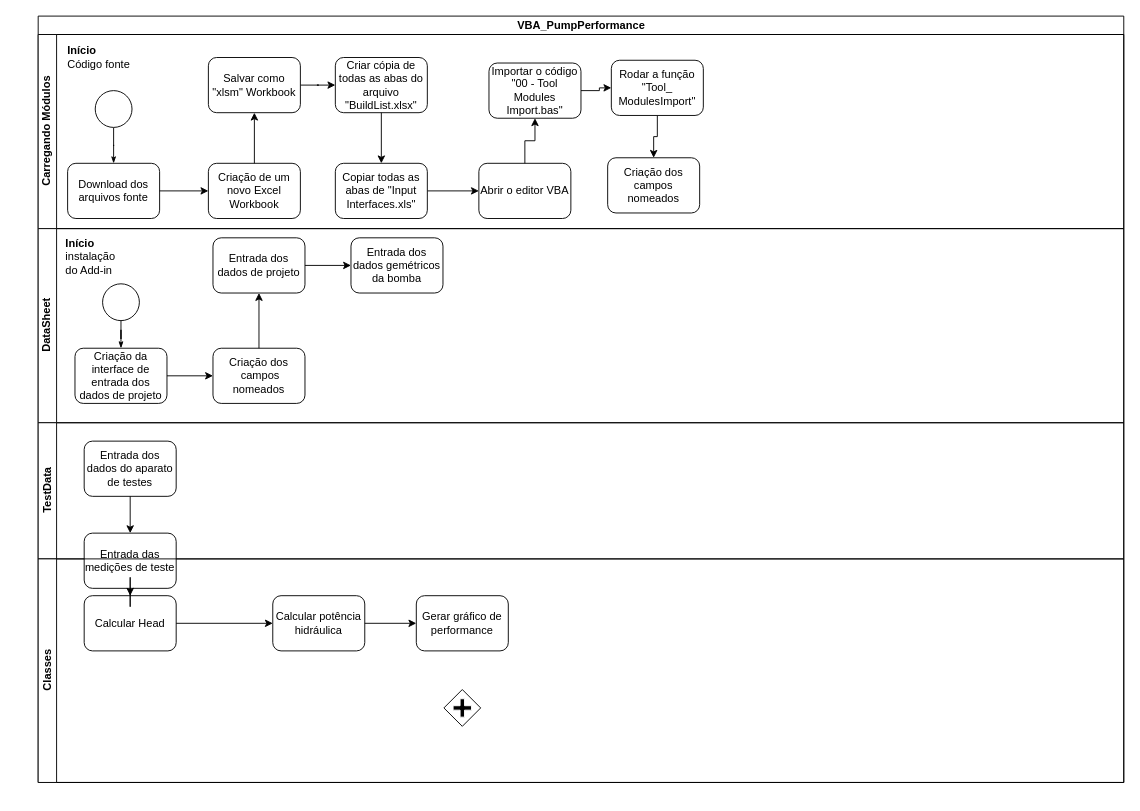
Above: Fluxograma de Processo.drawio in eu-cristofer/VBA_PumpPerformance (draw.io), before the change. Source tidied: cells renumbered, new cells numbered last; positions are measured from the earlier drawing's top-left corner, leaving out a move shared by most shapes. Both pictures are drawn from the tidied source at 92%, with x=0, y=0 at pixel (38, 16).
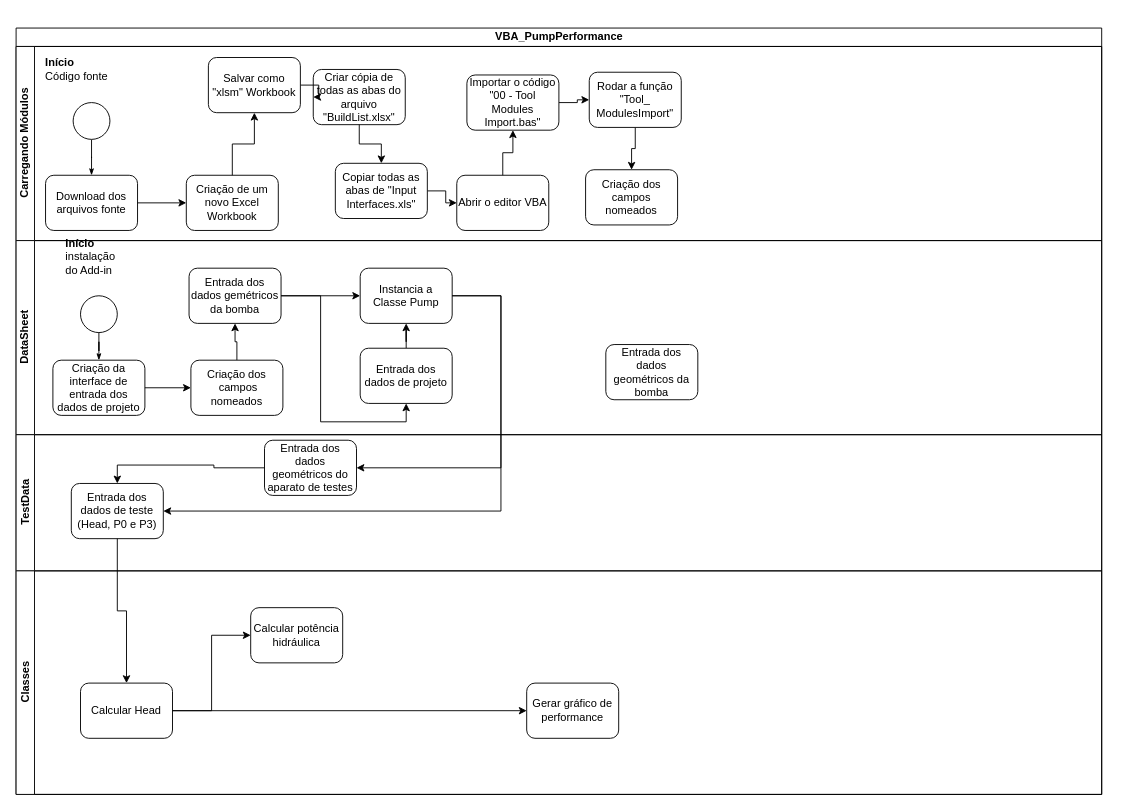
Above is the later version.

Commit message:
Update Fluxograma de Processo

The change refers to these unchanged cells:
```xml
<mxCell id="18" value="DataSheet" style="swimlane;html=1;startSize=20;horizontal=0;fontFamily=Helvetica;" parent="2" vertex="1">
  <mxGeometry y="231" width="1180" height="211" as="geometry" />
</mxCell>
<mxCell id="23" value="Criação dos &amp;nbsp;campos nomeados" style="rounded=1;whiteSpace=wrap;html=1;shadow=0;labelBackgroundColor=none;strokeWidth=1;fontFamily=Helvetica;fontSize=12;align=center;" parent="18" vertex="1">
  <mxGeometry x="190" y="130" width="100" height="60" as="geometry" />
</mxCell>
<mxCell id="28" value="TestData" style="swimlane;html=1;startSize=20;horizontal=0;fontFamily=Helvetica;" parent="2" vertex="1">
  <mxGeometry y="442" width="1180" height="148" as="geometry" />
</mxCell>
<mxCell id="32" value="Classes" style="swimlane;html=1;startSize=20;horizontal=0;fontFamily=Helvetica;" parent="2" vertex="1">
  <mxGeometry y="590" width="1180" height="243" as="geometry" />
</mxCell>
<mxCell id="34" value="Calcular potência hidráulica" style="rounded=1;whiteSpace=wrap;html=1;shadow=0;labelBackgroundColor=none;strokeWidth=1;fontFamily=Helvetica;fontSize=12;align=center;" parent="32" vertex="1">
  <mxGeometry x="255" y="40" width="100" height="60" as="geometry" />
</mxCell>
```

Diff of the diagram source:
```diff
@@
     <mxCell id="2" value="VBA_PumpPerformance" style="swimlane;html=1;horizontal=1;startSize=20;rounded=0;shadow=0;labelBackgroundColor=none;strokeWidth=1;fontFamily=Helvetica;fontSize=12;align=center;" parent="1" vertex="1">
-      <mxGeometry width="1180" height="833" as="geometry" />
+      <mxGeometry x="-24" y="13" width="1180" height="833" as="geometry" />
     </mxCell>
@@
+    <mxCell id="47" style="edgeStyle=orthogonalEdgeStyle;rounded=0;jettySize=auto;html=1;" parent="18" edge="1" source="22" target="50">
+      <mxGeometry relative="1" as="geometry" />
+    </mxCell>
     <mxCell id="22" value="Entrada dos dados gemétricos da bomba" style="rounded=1;whiteSpace=wrap;html=1;shadow=0;labelBackgroundColor=none;strokeWidth=1;fontFamily=Helvetica;fontSize=12;align=center;" parent="18" vertex="1">
-      <mxGeometry x="340" y="10" width="100" height="60" as="geometry" />
+      <mxGeometry x="188" y="30" width="100" height="60" as="geometry" />
     </mxCell>
+    <mxCell id="48" style="edgeStyle=orthogonalEdgeStyle;rounded=0;jettySize=auto;html=1;entryX=0.5;entryY=1;entryDx=0;entryDy=0;" parent="18" edge="1" source="23" target="22">
+      <mxGeometry relative="1" as="geometry" />
+    </mxCell>
@@
+    <mxCell id="49" style="edgeStyle=orthogonalEdgeStyle;rounded=0;jettySize=auto;html=1;entryX=0.5;entryY=1;entryDx=0;entryDy=0;" parent="18" edge="1" source="25" target="50">
+      <mxGeometry relative="1" as="geometry" />
+    </mxCell>
     <mxCell id="25" value="Entrada dos dados de projeto" style="rounded=1;whiteSpace=wrap;html=1;shadow=0;labelBackgroundColor=none;strokeWidth=1;fontFamily=Helvetica;fontSize=12;align=center;" parent="18" vertex="1">
-      <mxGeometry x="190" y="10" width="100" height="60" as="geometry" />
+      <mxGeometry x="374" y="117" width="100" height="60" as="geometry" />
     </mxCell>
-    <mxCell id="26" style="edgeStyle=orthogonalEdgeStyle;rounded=0;jettySize=auto;html=1;entryX=0;entryY=0.5;entryDx=0;entryDy=0;fontFamily=Helvetica;fontSize=12;" parent="18" edge="1" source="25" target="22">
-      <mxGeometry relative="1" as="geometry" />
-    </mxCell>
-    <mxCell id="27" style="edgeStyle=orthogonalEdgeStyle;rounded=0;jettySize=auto;html=1;fontFamily=Helvetica;fontSize=12;entryX=0.5;entryY=1;entryDx=0;entryDy=0;" parent="18" edge="1" source="23" target="25">
+    <mxCell id="27" style="edgeStyle=orthogonalEdgeStyle;rounded=0;jettySize=auto;html=1;fontFamily=Helvetica;fontSize=12;entryX=0.5;entryY=1;entryDx=0;entryDy=0;exitX=1;exitY=0.5;exitDx=0;exitDy=0;" parent="18" edge="1" source="22" target="25">
       <mxGeometry relative="1" as="geometry" />
     </mxCell>
+    <mxCell id="50" value="Instancia a Classe Pump" style="rounded=1;whiteSpace=wrap;html=1;shadow=0;labelBackgroundColor=none;strokeWidth=1;fontFamily=Helvetica;fontSize=12;align=center;" parent="18" vertex="1">
+      <mxGeometry x="374" y="30" width="100" height="60" as="geometry" />
+    </mxCell>
+    <mxCell id="51" value="Entrada dos dados geométricos da bomba" style="rounded=1;whiteSpace=wrap;html=1;shadow=0;labelBackgroundColor=none;strokeWidth=1;fontFamily=Helvetica;fontSize=12;align=center;" parent="18" vertex="1">
+      <mxGeometry x="641" y="113" width="100" height="60" as="geometry" />
+    </mxCell>
@@
-    <mxCell id="29" value="Entrada das medições de teste" style="rounded=1;whiteSpace=wrap;html=1;shadow=0;labelBackgroundColor=none;strokeWidth=1;fontFamily=Helvetica;fontSize=12;align=center;" parent="28" vertex="1">
-      <mxGeometry x="50" y="120" width="100" height="60" as="geometry" />
-    </mxCell>
-    <mxCell id="30" value="Entrada dos dados do aparato de testes" style="rounded=1;whiteSpace=wrap;html=1;shadow=0;labelBackgroundColor=none;strokeWidth=1;fontFamily=Helvetica;fontSize=12;align=center;" parent="28" vertex="1">
-      <mxGeometry x="50" y="20" width="100" height="60" as="geometry" />
+    <mxCell id="30" value="Entrada dos dados geométricos do aparato de testes" style="rounded=1;whiteSpace=wrap;html=1;shadow=0;labelBackgroundColor=none;strokeWidth=1;fontFamily=Helvetica;fontSize=12;align=center;" parent="28" vertex="1">
+      <mxGeometry x="270" y="6" width="100" height="60" as="geometry" />
     </mxCell>
-    <mxCell id="31" style="edgeStyle=orthogonalEdgeStyle;rounded=0;jettySize=auto;html=1;entryX=0.5;entryY=0;entryDx=0;entryDy=0;fontFamily=Helvetica;fontSize=12;" parent="28" edge="1" source="30" target="29">
-      <mxGeometry relative="1" as="geometry" />
+    <mxCell id="31" style="edgeStyle=orthogonalEdgeStyle;rounded=0;jettySize=auto;html=1;entryX=0.5;entryY=0;entryDx=0;entryDy=0;fontFamily=Helvetica;fontSize=12;" parent="28" edge="1" source="30" target="52">
+      <mxGeometry relative="1" as="geometry">
+        <Array as="points">
+          <mxPoint x="215" y="36" />
+          <mxPoint x="215" y="33" />
+          <mxPoint x="110" y="33" />
+        </Array>
+      </mxGeometry>
     </mxCell>
+    <mxCell id="52" value="Entrada dos dados de teste (Head, P0 e P3)" style="rounded=1;whiteSpace=wrap;html=1;shadow=0;labelBackgroundColor=none;strokeWidth=1;fontFamily=Helvetica;fontSize=12;align=center;" parent="28" vertex="1">
+      <mxGeometry x="60" y="53" width="100" height="60" as="geometry" />
+    </mxCell>
+    <mxCell id="39" style="edgeStyle=orthogonalEdgeStyle;rounded=0;jettySize=auto;html=1;entryX=0.5;entryY=0;entryDx=0;entryDy=0;fontFamily=Helvetica;fontSize=12;exitX=0.5;exitY=1;exitDx=0;exitDy=0;" parent="2" edge="1" source="52" target="35">
+      <mxGeometry relative="1" as="geometry" />
+    </mxCell>
+    <mxCell id="53" style="edgeStyle=orthogonalEdgeStyle;rounded=0;jettySize=auto;html=1;entryX=1;entryY=0.5;entryDx=0;entryDy=0;exitX=1;exitY=0.5;exitDx=0;exitDy=0;" parent="2" edge="1" source="50" target="52">
+      <mxGeometry relative="1" as="geometry">
+        <Array as="points">
+          <mxPoint x="527" y="291" />
+          <mxPoint x="527" y="525" />
+        </Array>
+      </mxGeometry>
+    </mxCell>
+    <mxCell id="54" style="edgeStyle=orthogonalEdgeStyle;rounded=0;jettySize=auto;html=1;entryX=1;entryY=0.5;entryDx=0;entryDy=0;exitX=1;exitY=0.5;exitDx=0;exitDy=0;" parent="2" edge="1" source="50" target="30">
+      <mxGeometry relative="1" as="geometry">
+        <Array as="points">
+          <mxPoint x="527" y="291" />
+          <mxPoint x="527" y="478" />
+        </Array>
+      </mxGeometry>
+    </mxCell>
@@
-    <mxCell id="33" style="shape=mxgraph.bpmn.shape;html=1;verticalLabelPosition=bottom;labelBackgroundColor=#ffffff;verticalAlign=top;perimeter=rhombusPerimeter;background=gateway;outline=none;symbol=parallelGw;rounded=1;shadow=0;strokeWidth=1;fontFamily=Helvetica;fontSize=12;align=center;" parent="32" vertex="1">
-      <mxGeometry x="441" y="142" width="40" height="40" as="geometry" />
-    </mxCell>
@@
     <mxCell id="35" value="Calcular Head" style="rounded=1;whiteSpace=wrap;html=1;shadow=0;labelBackgroundColor=none;strokeWidth=1;fontFamily=Helvetica;fontSize=12;align=center;" parent="32" vertex="1">
-      <mxGeometry x="50" y="40" width="100" height="60" as="geometry" />
+      <mxGeometry x="70" y="122" width="100" height="60" as="geometry" />
     </mxCell>
@@
     <mxCell id="37" value="Gerar gráfico de performance" style="rounded=1;whiteSpace=wrap;html=1;shadow=0;labelBackgroundColor=none;strokeWidth=1;fontFamily=Helvetica;fontSize=12;align=center;" parent="32" vertex="1">
-      <mxGeometry x="411" y="40" width="100" height="60" as="geometry" />
+      <mxGeometry x="555" y="122" width="100" height="60" as="geometry" />
     </mxCell>
-    <mxCell id="38" style="edgeStyle=orthogonalEdgeStyle;rounded=0;jettySize=auto;html=1;fontFamily=Helvetica;fontSize=12;entryX=0;entryY=0.5;entryDx=0;entryDy=0;" parent="32" edge="1" source="34" target="37">
+    <mxCell id="38" style="edgeStyle=orthogonalEdgeStyle;rounded=0;jettySize=auto;html=1;fontFamily=Helvetica;fontSize=12;entryX=0;entryY=0.5;entryDx=0;entryDy=0;exitX=1;exitY=0.5;exitDx=0;exitDy=0;" parent="32" edge="1" source="35" target="37">
       <mxGeometry relative="1" as="geometry" />
     </mxCell>
-    <mxCell id="39" style="edgeStyle=orthogonalEdgeStyle;rounded=0;jettySize=auto;html=1;entryX=0.5;entryY=0;entryDx=0;entryDy=0;fontFamily=Helvetica;fontSize=12;" parent="2" edge="1" source="29" target="35">
-      <mxGeometry relative="1" as="geometry" />
-    </mxCell>
```
